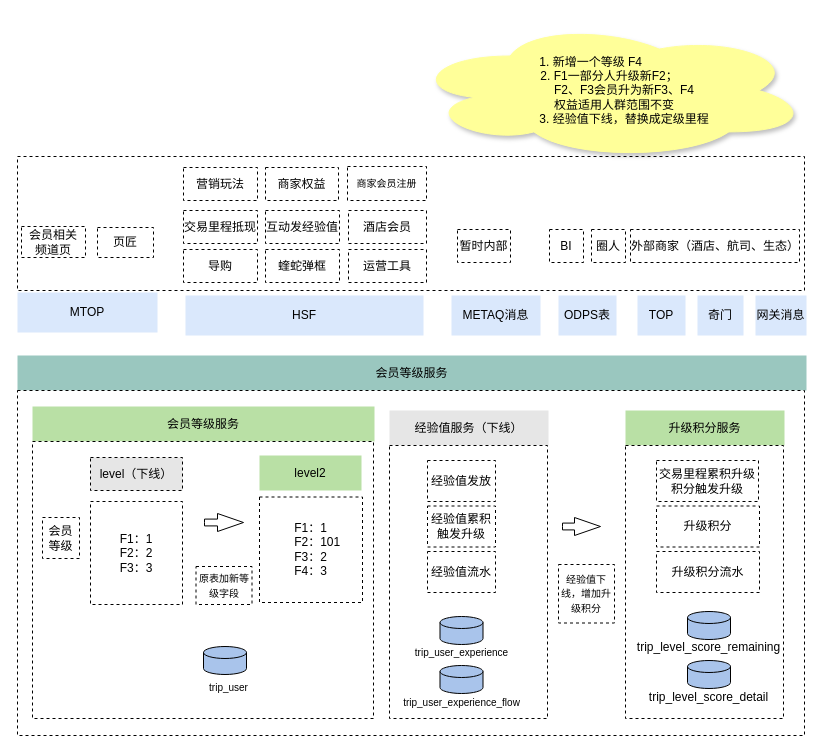
This is page "体系升级服务" (8 of 11) of 会员成长平台.drawio from renqiuming/drawio, a draw.io file, before an edit. Source tidied: cells renumbered, new cells numbered last; positions are measured from the earlier drawing's top-left corner, leaving out a move shared by most shapes. Both pictures are drawn from the tidied source at 100%, with x=0, y=0 at pixel (17, 21).
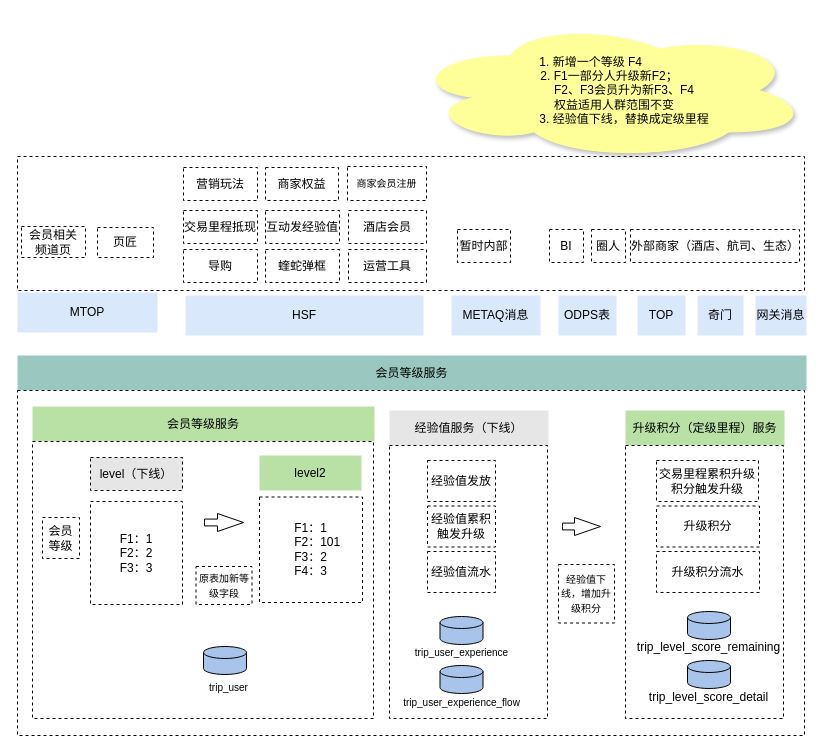
Above is the later version.

Commit message:
更新会员成长平台.drawio

The edit, as a diff of the source:
```diff
@@
-    <mxCell id="46" value="升级积分服务" style="rounded=0;whiteSpace=wrap;html=1;fillColor=#B9E0A5;strokeColor=none;align=center;" parent="1" vertex="1">
+    <mxCell id="46" value="升级积分（定级里程）服务" style="rounded=0;whiteSpace=wrap;html=1;fillColor=#B9E0A5;strokeColor=none;align=center;" parent="1" vertex="1">
       <mxGeometry x="608" y="389" width="159" height="35" as="geometry" />
     </mxCell>
```
